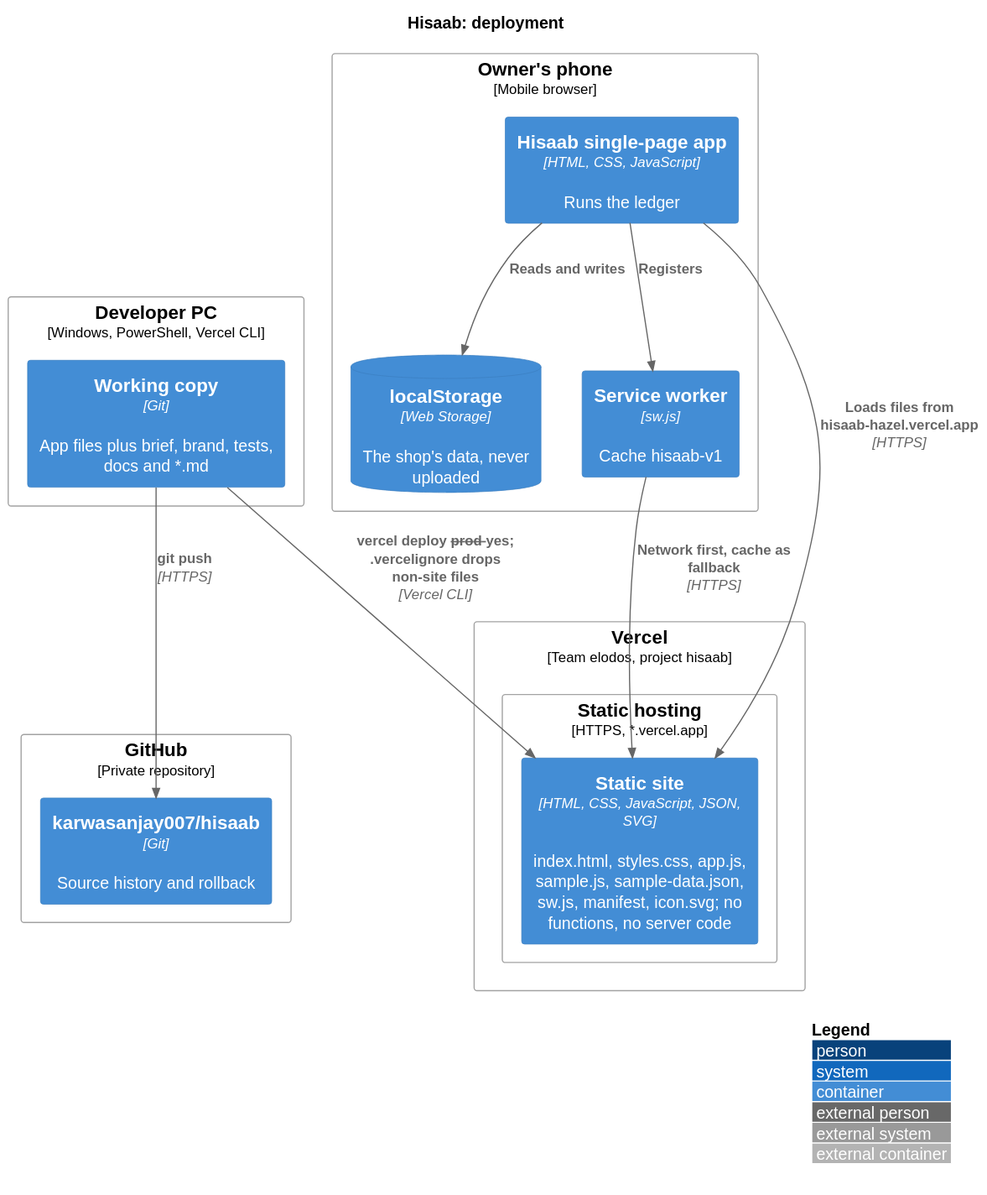
Above: docs/diagrams/deployment.svg in karwasanjay007/hisaab-docs (PlantUML), before the change.
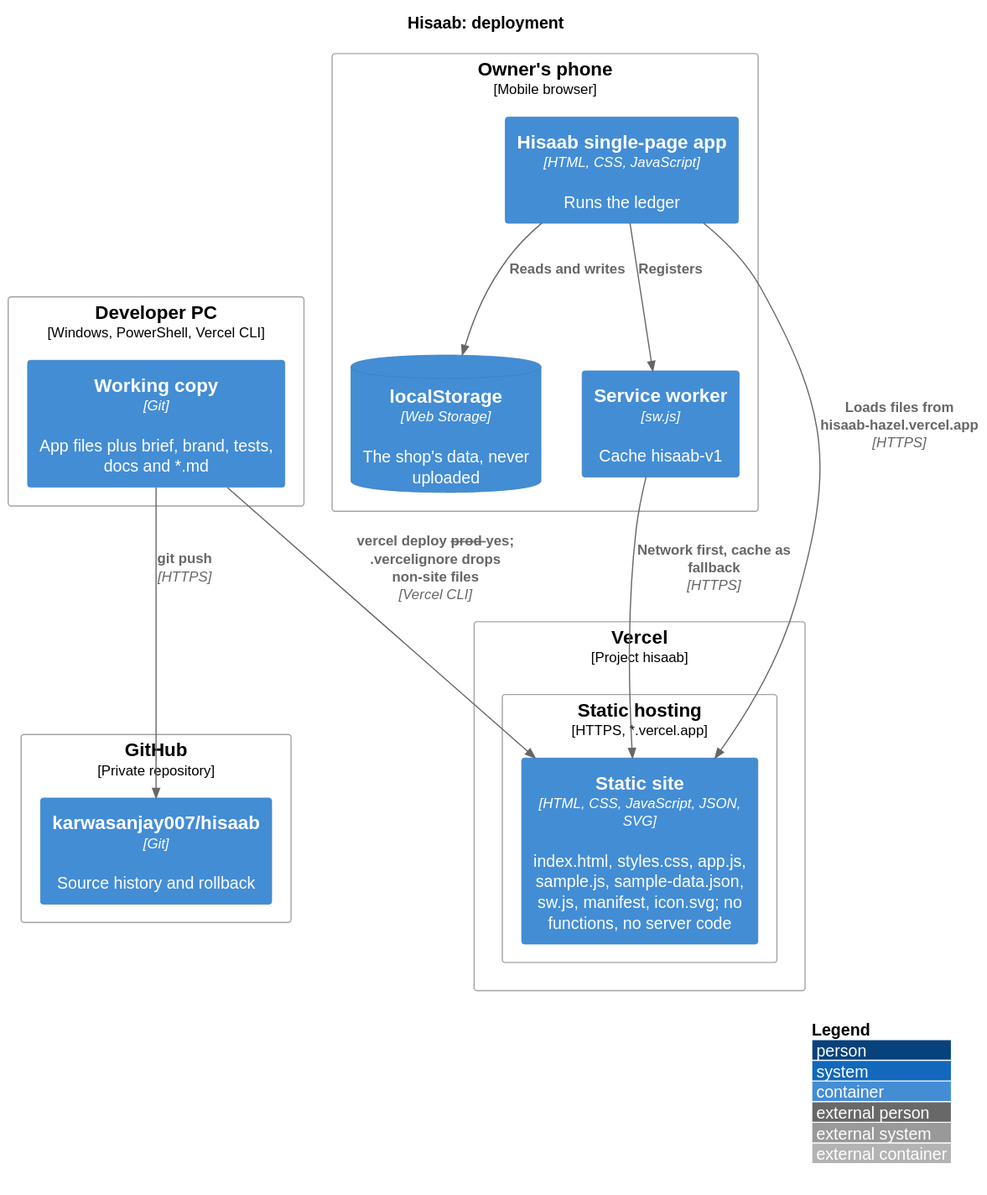
The same diagram one commit later.

Commit message:
The documents as submitted on 21 November 2026 (version 1.0.0.0), kept for comparison; hosting team name and local paths removed

Change to the diagram source:
```diff
@@ -8,7 +8,7 @@
 Deployment_Node(gh, "GitHub", "Private repository") {
   Container(repo, "karwasanjay007/hisaab", "Git", "Source history and rollback")
 }
-Deployment_Node(vc, "Vercel", "Team elodos, project hisaab") {
+Deployment_Node(vc, "Vercel", "Project hisaab") {
   Deployment_Node(edge, "Static hosting", "HTTPS, *.vercel.app") {
     Container(site, "Static site", "HTML, CSS, JavaScript, JSON, SVG", "index.html, styles.css, app.js, sample.js, sample-data.json, sw.js, manifest, icon.svg; no functions, no server code")
   }
```
